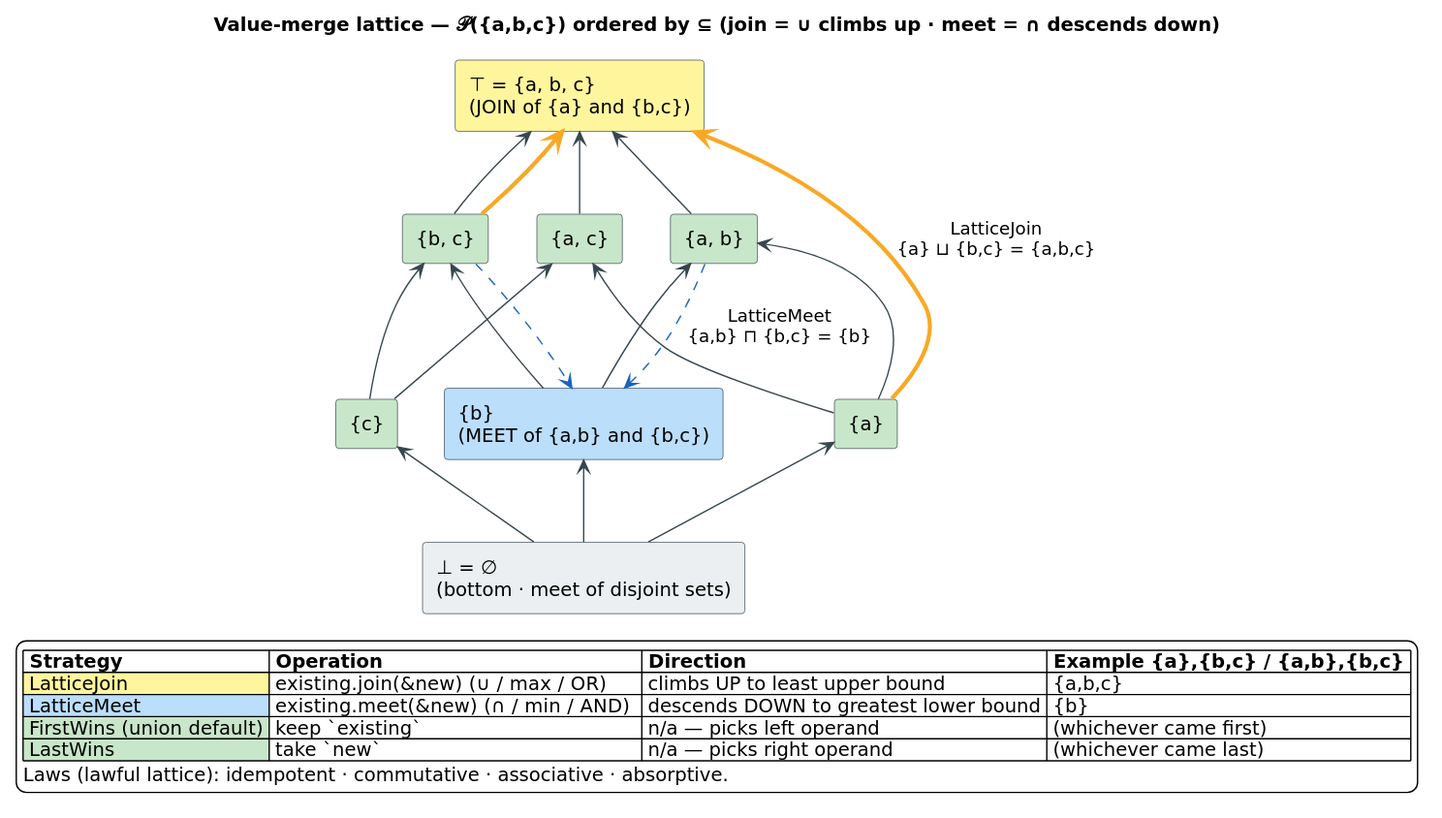
The PlantUML diagram docs/diagrams/zipper-lattice.svg in vinary-tree/libdictenstein, before a commit. Its source is kept beside it as docs/diagrams/src/zipper-lattice.puml. Its diagram source:
```plantuml
@startuml zipper-lattice
skinparam backgroundColor #FFFFFF
skinparam defaultFontName "DejaVu Sans"
skinparam ArrowColor #37474F
skinparam shadowing false
skinparam rectangle {
  BorderColor #37474F
  FontName "DejaVu Sans"
}

title Value-merge lattice — 𝒫({a,b,c}) ordered by ⊆ (join = ∪ climbs up · meet = ∩ descends down)

rectangle "⊤ = {a, b, c}\n(JOIN of {a} and {b,c})" as TOP #FFF59D
rectangle "{a, b}" as AB #C8E6C9
rectangle "{a, c}" as AC #C8E6C9
rectangle "{b, c}" as BC #C8E6C9
rectangle "{a}" as A #C8E6C9
rectangle "{b}\n(MEET of {a,b} and {b,c})" as B #BBDEFB
rectangle "{c}" as C #C8E6C9
rectangle "⊥ = ∅\n(bottom · meet of disjoint sets)" as BOT #ECEFF1

BOT -up-> A
BOT -up-> B
BOT -up-> C
A  -up-> AB
A  -up-> AC
B  -up-> AB
B  -up-> BC
C  -up-> AC
C  -up-> BC
AB -up-> TOP
AC -up-> TOP
BC -up-> TOP

A  -[#F9A825,thickness=3]-> TOP : "LatticeJoin\n{a} ⊔ {b,c} = {a,b,c}"
BC -[#F9A825,thickness=3]-> TOP
AB -[#1565C0,thickness=3,dashed]-> B : "LatticeMeet\n{a,b} ⊓ {b,c} = {b}"
BC -[#1565C0,thickness=3,dashed]-> B

legend bottom
  |= Strategy |= Operation |= Direction |= Example {a},{b,c} / {a,b},{b,c} |
  |<#FFF59D> LatticeJoin | existing.join(&new)  (∪ / max / OR)  | climbs UP to least upper bound | {a,b,c} |
  |<#BBDEFB> LatticeMeet | existing.meet(&new)  (∩ / min / AND)  | descends DOWN to greatest lower bound | {b} |
  |<#C8E6C9> FirstWins (union default) | keep `existing` | n/a — picks left operand | (whichever came first) |
  |<#C8E6C9> LastWins | take `new` | n/a — picks right operand | (whichever came last) |
  Laws (lawful lattice): idempotent · commutative · associative · absorptive.
endlegend
@enduml
```
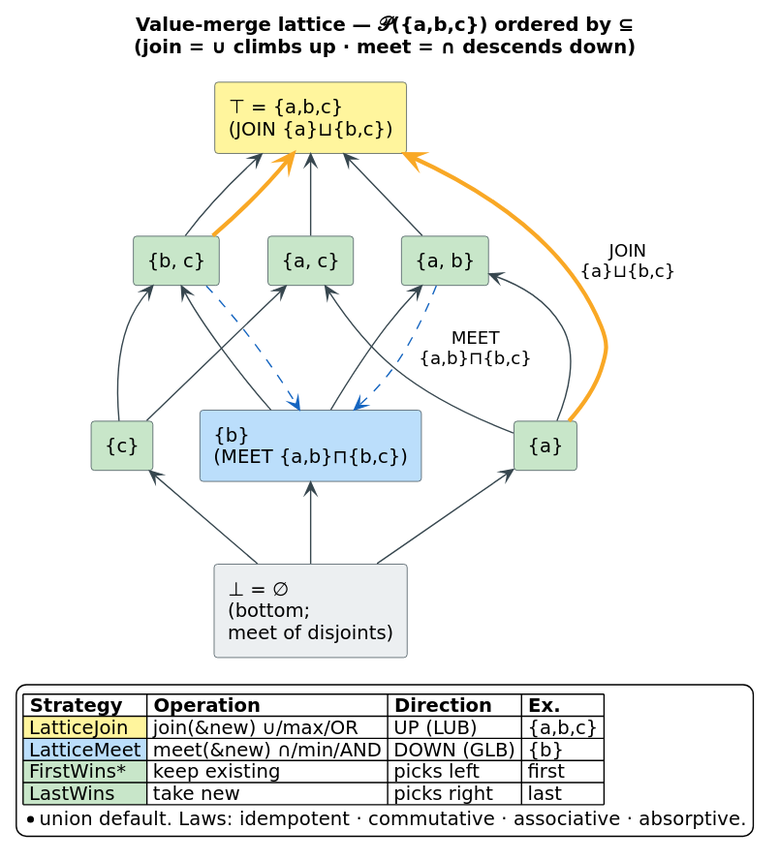
Above is the later version.

What changed in the source:
```diff
@@ -1,6 +1,7 @@
 @startuml zipper-lattice
 skinparam backgroundColor #FFFFFF
 skinparam defaultFontName "DejaVu Sans"
+skinparam wrapWidth 150
 skinparam ArrowColor #37474F
 skinparam shadowing false
 skinparam rectangle {
@@ -8,16 +9,16 @@
   FontName "DejaVu Sans"
 }
 
-title Value-merge lattice — 𝒫({a,b,c}) ordered by ⊆ (join = ∪ climbs up · meet = ∩ descends down)
+title Value-merge lattice — 𝒫({a,b,c}) ordered by ⊆\n(join = ∪ climbs up · meet = ∩ descends down)
 
-rectangle "⊤ = {a, b, c}\n(JOIN of {a} and {b,c})" as TOP #FFF59D
+rectangle "⊤ = {a,b,c}\n(JOIN {a}⊔{b,c})" as TOP #FFF59D
 rectangle "{a, b}" as AB #C8E6C9
 rectangle "{a, c}" as AC #C8E6C9
 rectangle "{b, c}" as BC #C8E6C9
 rectangle "{a}" as A #C8E6C9
-rectangle "{b}\n(MEET of {a,b} and {b,c})" as B #BBDEFB
+rectangle "{b}\n(MEET {a,b}⊓{b,c})" as B #BBDEFB
 rectangle "{c}" as C #C8E6C9
-rectangle "⊥ = ∅\n(bottom · meet of disjoint sets)" as BOT #ECEFF1
+rectangle "⊥ = ∅\n(bottom;\nmeet of disjoints)" as BOT #ECEFF1
 
 BOT -up-> A
 BOT -up-> B
@@ -32,17 +33,17 @@
 AC -up-> TOP
 BC -up-> TOP
 
-A  -[#F9A825,thickness=3]-> TOP : "LatticeJoin\n{a} ⊔ {b,c} = {a,b,c}"
+A  -[#F9A825,thickness=3]-> TOP : "JOIN\n{a}⊔{b,c}"
 BC -[#F9A825,thickness=3]-> TOP
-AB -[#1565C0,thickness=3,dashed]-> B : "LatticeMeet\n{a,b} ⊓ {b,c} = {b}"
+AB -[#1565C0,thickness=3,dashed]-> B : "MEET\n{a,b}⊓{b,c}"
 BC -[#1565C0,thickness=3,dashed]-> B
 
 legend bottom
-  |= Strategy |= Operation |= Direction |= Example {a},{b,c} / {a,b},{b,c} |
-  |<#FFF59D> LatticeJoin | existing.join(&new)  (∪ / max / OR)  | climbs UP to least upper bound | {a,b,c} |
-  |<#BBDEFB> LatticeMeet | existing.meet(&new)  (∩ / min / AND)  | descends DOWN to greatest lower bound | {b} |
-  |<#C8E6C9> FirstWins (union default) | keep `existing` | n/a — picks left operand | (whichever came first) |
-  |<#C8E6C9> LastWins | take `new` | n/a — picks right operand | (whichever came last) |
-  Laws (lawful lattice): idempotent · commutative · associative · absorptive.
+  |= Strategy |= Operation |= Direction |= Ex. |
+  |<#FFF59D> LatticeJoin | join(&new) ∪/max/OR | UP (LUB) | {a,b,c} |
+  |<#BBDEFB> LatticeMeet | meet(&new) ∩/min/AND | DOWN (GLB) | {b} |
+  |<#C8E6C9> FirstWins* | keep existing | picks left | first |
+  |<#C8E6C9> LastWins | take new | picks right | last |
+  * union default.  Laws: idempotent · commutative · associative · absorptive.
 endlegend
 @enduml
```
